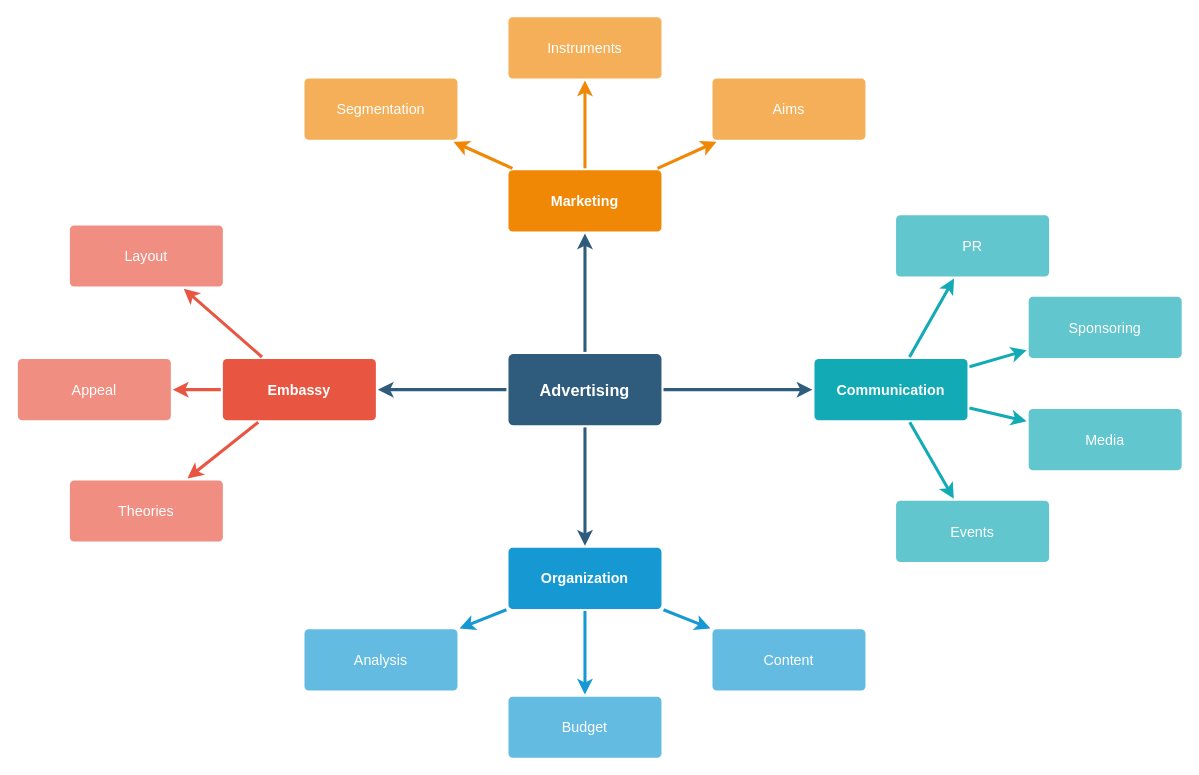
Before: V diagram.drawio in amerezoji1362/drawio-github, a draw.io diagram. Source tidied: cells renumbered, new cells numbered last; positions are measured from the earlier drawing's top-left corner, leaving out a move shared by most shapes. Both pictures are drawn from the tidied source at 102%, with x=0, y=0 at pixel (17, 16).
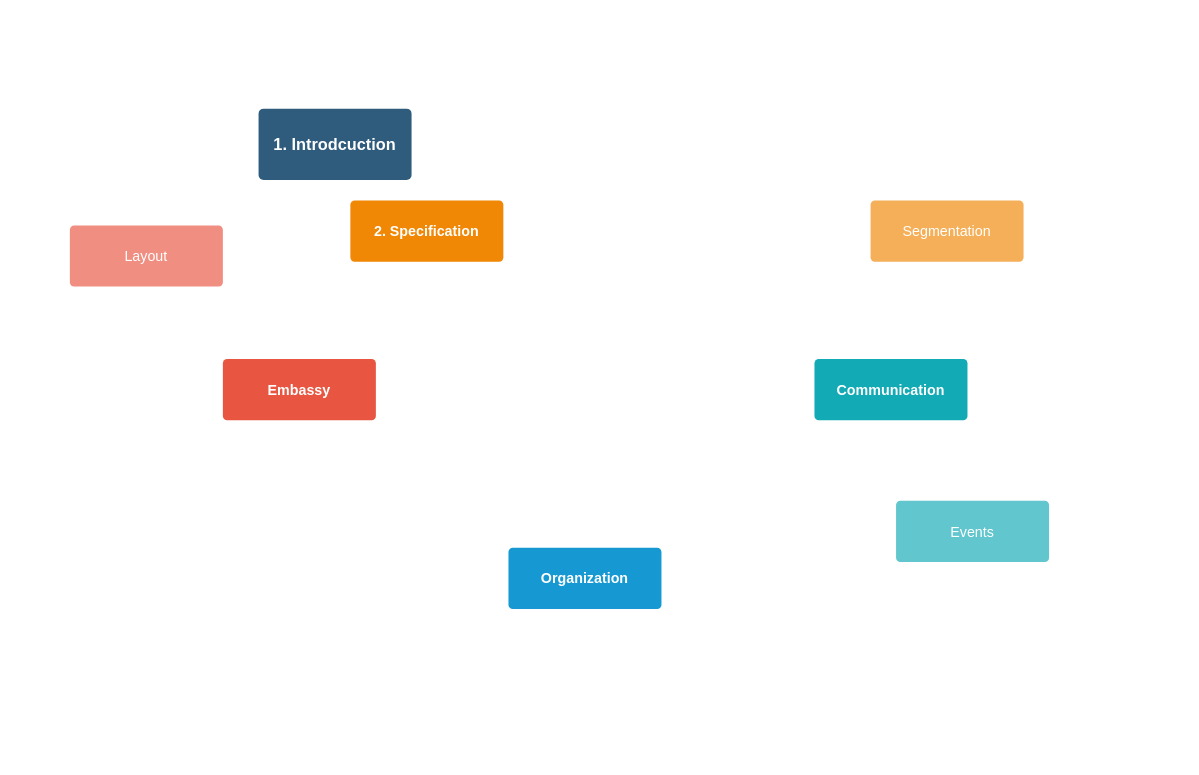
After the change.

The change refers to these unchanged cells:
```xml
<mxCell id="10" value="Embassy" style="rounded=1;whiteSpace=wrap;html=1;shadow=0;labelBackgroundColor=none;strokeColor=none;strokeWidth=3;fillColor=#e85642;fontFamily=Helvetica;fontSize=14;fontColor=#FFFFFF;align=center;spacing=5;fontStyle=1;arcSize=7;perimeterSpacing=2;" parent="1" vertex="1">
  <mxGeometry x="201" y="335.5" width="150" height="60" as="geometry" />
</mxCell>
<mxCell id="13" value="Layout" style="rounded=1;whiteSpace=wrap;html=1;shadow=0;labelBackgroundColor=none;strokeColor=none;strokeWidth=3;fillColor=#f08e81;fontFamily=Helvetica;fontSize=14;fontColor=#FFFFFF;align=center;spacing=5;fontStyle=0;arcSize=7;perimeterSpacing=2;" parent="1" vertex="1">
  <mxGeometry x="51" y="204.5" width="150" height="60" as="geometry" />
</mxCell>
<mxCell id="17" value="Organization" style="rounded=1;whiteSpace=wrap;html=1;shadow=0;labelBackgroundColor=none;strokeColor=none;strokeWidth=3;fillColor=#1699d3;fontFamily=Helvetica;fontSize=14;fontColor=#FFFFFF;align=center;spacing=5;fontStyle=1;arcSize=7;perimeterSpacing=2;" parent="1" vertex="1">
  <mxGeometry x="481" y="520.5" width="150" height="60" as="geometry" />
</mxCell>
<mxCell id="28" value="Communication" style="rounded=1;whiteSpace=wrap;html=1;shadow=0;labelBackgroundColor=none;strokeColor=none;strokeWidth=3;fillColor=#12aab5;fontFamily=Helvetica;fontSize=14;fontColor=#FFFFFF;align=center;spacing=5;fontStyle=1;arcSize=7;perimeterSpacing=2;" parent="1" vertex="1">
  <mxGeometry x="781" y="335.5" width="150" height="60" as="geometry" />
</mxCell>
<mxCell id="29" value="Events" style="rounded=1;whiteSpace=wrap;html=1;shadow=0;labelBackgroundColor=none;strokeColor=none;strokeWidth=3;fillColor=#61c6ce;fontFamily=Helvetica;fontSize=14;fontColor=#FFFFFF;align=center;spacing=5;fontStyle=0;arcSize=7;perimeterSpacing=2;" parent="1" vertex="1">
  <mxGeometry x="861" y="474.5" width="150" height="60" as="geometry" />
</mxCell>
```

The edit, as a diff of the source:
```diff
@@
-    <mxCell id="2" style="edgeStyle=none;rounded=0;jumpStyle=none;html=1;shadow=0;labelBackgroundColor=none;startArrow=none;startFill=0;endArrow=classic;endFill=1;jettySize=auto;strokeColor=#2F5B7C;strokeWidth=3;fontFamily=Helvetica;fontSize=16;fontColor=#23445D;spacing=5;" parent="1" edge="1" source="6" target="21">
-      <mxGeometry relative="1" as="geometry" />
-    </mxCell>
-    <mxCell id="3" style="edgeStyle=none;rounded=0;jumpStyle=none;html=1;shadow=0;labelBackgroundColor=none;startArrow=none;startFill=0;endArrow=classic;endFill=1;jettySize=auto;strokeColor=#2F5B7C;strokeWidth=3;fontFamily=Helvetica;fontSize=16;fontColor=#23445D;spacing=5;" parent="1" edge="1" source="6" target="28">
-      <mxGeometry relative="1" as="geometry" />
-    </mxCell>
-    <mxCell id="4" style="edgeStyle=none;rounded=0;jumpStyle=none;html=1;shadow=0;labelBackgroundColor=none;startArrow=none;startFill=0;endArrow=classic;endFill=1;jettySize=auto;strokeColor=#2F5B7C;strokeWidth=3;fontFamily=Helvetica;fontSize=16;fontColor=#23445D;spacing=5;" parent="1" edge="1" source="6" target="17">
-      <mxGeometry relative="1" as="geometry" />
-    </mxCell>
-    <mxCell id="5" style="edgeStyle=none;rounded=0;jumpStyle=none;html=1;shadow=0;labelBackgroundColor=none;startArrow=none;startFill=0;endArrow=classic;endFill=1;jettySize=auto;strokeColor=#2F5B7C;strokeWidth=3;fontFamily=Helvetica;fontSize=16;fontColor=#23445D;spacing=5;" parent="1" edge="1" source="6" target="10">
-      <mxGeometry relative="1" as="geometry" />
-    </mxCell>
-    <mxCell id="6" value="Advertising" style="rounded=1;whiteSpace=wrap;html=1;shadow=0;labelBackgroundColor=none;strokeColor=none;strokeWidth=3;fillColor=#2F5B7C;fontFamily=Helvetica;fontSize=16;fontColor=#FFFFFF;align=center;fontStyle=1;spacing=5;arcSize=7;perimeterSpacing=2;" parent="1" vertex="1">
-      <mxGeometry x="481" y="330.5" width="150" height="70" as="geometry" />
+    <mxCell id="6" value="1. Introdcuction" style="rounded=1;whiteSpace=wrap;html=1;shadow=0;labelBackgroundColor=none;strokeColor=none;strokeWidth=3;fillColor=#2F5B7C;fontFamily=Helvetica;fontSize=16;fontColor=#FFFFFF;align=center;fontStyle=1;spacing=5;arcSize=7;perimeterSpacing=2;" parent="1" vertex="1">
+      <mxGeometry x="236" y="90" width="150" height="70" as="geometry" />
     </mxCell>
-    <mxCell id="7" style="edgeStyle=none;rounded=1;jumpStyle=none;html=1;shadow=0;labelBackgroundColor=none;startArrow=none;startFill=0;jettySize=auto;strokeColor=#E85642;strokeWidth=3;fontFamily=Helvetica;fontSize=14;fontColor=#FFFFFF;spacing=5;fontStyle=1;fillColor=#b0e3e6;" parent="1" edge="1" source="10" target="13">
-      <mxGeometry relative="1" as="geometry" />
-    </mxCell>
-    <mxCell id="8" style="edgeStyle=none;rounded=1;jumpStyle=none;html=1;shadow=0;labelBackgroundColor=none;startArrow=none;startFill=0;jettySize=auto;strokeColor=#E85642;strokeWidth=3;fontFamily=Helvetica;fontSize=14;fontColor=#FFFFFF;spacing=5;fontStyle=1;fillColor=#b0e3e6;" parent="1" edge="1" source="10" target="12">
-      <mxGeometry relative="1" as="geometry" />
-    </mxCell>
-    <mxCell id="9" style="edgeStyle=none;rounded=1;jumpStyle=none;html=1;shadow=0;labelBackgroundColor=none;startArrow=none;startFill=0;jettySize=auto;strokeColor=#E85642;strokeWidth=3;fontFamily=Helvetica;fontSize=14;fontColor=#FFFFFF;spacing=5;fontStyle=1;fillColor=#b0e3e6;" parent="1" edge="1" source="10" target="11">
-      <mxGeometry relative="1" as="geometry" />
-    </mxCell>
@@
-    <mxCell id="11" value="Theories" style="rounded=1;whiteSpace=wrap;html=1;shadow=0;labelBackgroundColor=none;strokeColor=none;strokeWidth=3;fillColor=#f08e81;fontFamily=Helvetica;fontSize=14;fontColor=#FFFFFF;align=center;spacing=5;fontStyle=0;arcSize=7;perimeterSpacing=2;" parent="1" vertex="1">
-      <mxGeometry x="51" y="454.5" width="150" height="60" as="geometry" />
-    </mxCell>
-    <mxCell id="12" value="Appeal" style="rounded=1;whiteSpace=wrap;html=1;shadow=0;labelBackgroundColor=none;strokeColor=none;strokeWidth=3;fillColor=#f08e81;fontFamily=Helvetica;fontSize=14;fontColor=#FFFFFF;align=center;spacing=5;fontStyle=0;arcSize=7;perimeterSpacing=2;" parent="1" vertex="1">
-      <mxGeometry y="335.5" width="150" height="60" as="geometry" />
-    </mxCell>
@@
-    <mxCell id="14" style="edgeStyle=none;rounded=0;jumpStyle=none;html=1;shadow=0;labelBackgroundColor=none;startArrow=none;startFill=0;endArrow=classic;endFill=1;jettySize=auto;strokeColor=#1699D3;strokeWidth=3;fontFamily=Helvetica;fontSize=14;fontColor=#FFFFFF;spacing=5;" parent="1" edge="1" source="17" target="20">
-      <mxGeometry relative="1" as="geometry" />
-    </mxCell>
-    <mxCell id="15" style="edgeStyle=none;rounded=0;jumpStyle=none;html=1;shadow=0;labelBackgroundColor=none;startArrow=none;startFill=0;endArrow=classic;endFill=1;jettySize=auto;strokeColor=#1699D3;strokeWidth=3;fontFamily=Helvetica;fontSize=14;fontColor=#FFFFFF;spacing=5;" parent="1" edge="1" source="17" target="19">
-      <mxGeometry relative="1" as="geometry" />
-    </mxCell>
-    <mxCell id="16" style="edgeStyle=none;rounded=0;jumpStyle=none;html=1;shadow=0;labelBackgroundColor=none;startArrow=none;startFill=0;endArrow=classic;endFill=1;jettySize=auto;strokeColor=#1699D3;strokeWidth=3;fontFamily=Helvetica;fontSize=14;fontColor=#FFFFFF;spacing=5;" parent="1" edge="1" source="17" target="18">
-      <mxGeometry relative="1" as="geometry" />
-    </mxCell>
@@
-    <mxCell id="18" value="Content" style="rounded=1;whiteSpace=wrap;html=1;shadow=0;labelBackgroundColor=none;strokeColor=none;strokeWidth=3;fillColor=#64bbe2;fontFamily=Helvetica;fontSize=14;fontColor=#FFFFFF;align=center;spacing=5;arcSize=7;perimeterSpacing=2;" parent="1" vertex="1">
-      <mxGeometry x="681" y="600.5" width="150" height="60" as="geometry" />
-    </mxCell>
-    <mxCell id="19" value="Budget" style="rounded=1;whiteSpace=wrap;html=1;shadow=0;labelBackgroundColor=none;strokeColor=none;strokeWidth=3;fillColor=#64bbe2;fontFamily=Helvetica;fontSize=14;fontColor=#FFFFFF;align=center;spacing=5;arcSize=7;perimeterSpacing=2;" parent="1" vertex="1">
-      <mxGeometry x="481" y="666.5" width="150" height="60" as="geometry" />
-    </mxCell>
-    <mxCell id="20" value="Analysis" style="rounded=1;whiteSpace=wrap;html=1;shadow=0;labelBackgroundColor=none;strokeColor=none;strokeWidth=3;fillColor=#64bbe2;fontFamily=Helvetica;fontSize=14;fontColor=#FFFFFF;align=center;spacing=5;arcSize=7;perimeterSpacing=2;" parent="1" vertex="1">
-      <mxGeometry x="281" y="600.5" width="150" height="60" as="geometry" />
-    </mxCell>
-    <mxCell id="21" value="Marketing" style="rounded=1;whiteSpace=wrap;html=1;shadow=0;labelBackgroundColor=none;strokeColor=none;strokeWidth=3;fillColor=#F08705;fontFamily=Helvetica;fontSize=14;fontColor=#FFFFFF;align=center;spacing=5;fontStyle=1;arcSize=7;perimeterSpacing=2;" parent="1" vertex="1">
-      <mxGeometry x="481" y="150.5" width="150" height="60" as="geometry" />
+    <mxCell id="21" value="2. Specification" style="rounded=1;whiteSpace=wrap;html=1;shadow=0;labelBackgroundColor=none;strokeColor=none;strokeWidth=3;fillColor=#F08705;fontFamily=Helvetica;fontSize=14;fontColor=#FFFFFF;align=center;spacing=5;fontStyle=1;arcSize=7;perimeterSpacing=2;" parent="1" vertex="1">
+      <mxGeometry x="326" y="180" width="150" height="60" as="geometry" />
     </mxCell>
-    <mxCell id="22" value="Aims&lt;br&gt;" style="rounded=1;whiteSpace=wrap;html=1;shadow=0;labelBackgroundColor=none;strokeColor=none;strokeWidth=3;fillColor=#f5af58;fontFamily=Helvetica;fontSize=14;fontColor=#FFFFFF;align=center;spacing=5;arcSize=7;perimeterSpacing=2;" parent="1" vertex="1">
-      <mxGeometry x="681" y="60.5" width="150" height="60" as="geometry" />
-    </mxCell>
-    <mxCell id="23" style="edgeStyle=none;rounded=0;jumpStyle=none;html=1;shadow=0;labelBackgroundColor=none;startArrow=none;startFill=0;endArrow=classic;endFill=1;jettySize=auto;strokeColor=#F08705;strokeWidth=3;fontFamily=Helvetica;fontSize=14;fontColor=#FFFFFF;spacing=5;" parent="1" edge="1" source="21" target="22">
-      <mxGeometry relative="1" as="geometry" />
-    </mxCell>
-    <mxCell id="24" value="Instruments" style="rounded=1;whiteSpace=wrap;html=1;shadow=0;labelBackgroundColor=none;strokeColor=none;strokeWidth=3;fillColor=#f5af58;fontFamily=Helvetica;fontSize=14;fontColor=#FFFFFF;align=center;spacing=5;arcSize=7;perimeterSpacing=2;" parent="1" vertex="1">
-      <mxGeometry x="481" y="0.5" width="150" height="60" as="geometry" />
-    </mxCell>
-    <mxCell id="25" style="edgeStyle=none;rounded=0;jumpStyle=none;html=1;shadow=0;labelBackgroundColor=none;startArrow=none;startFill=0;endArrow=classic;endFill=1;jettySize=auto;strokeColor=#F08705;strokeWidth=3;fontFamily=Helvetica;fontSize=14;fontColor=#FFFFFF;spacing=5;" parent="1" edge="1" source="21" target="24">
-      <mxGeometry relative="1" as="geometry" />
-    </mxCell>
     <mxCell id="26" value="Segmentation" style="rounded=1;whiteSpace=wrap;html=1;shadow=0;labelBackgroundColor=none;strokeColor=none;strokeWidth=3;fillColor=#f5af58;fontFamily=Helvetica;fontSize=14;fontColor=#FFFFFF;align=center;spacing=5;arcSize=7;perimeterSpacing=2;" parent="1" vertex="1">
-      <mxGeometry x="281" y="60.5" width="150" height="60" as="geometry" />
+      <mxGeometry x="836" y="180" width="150" height="60" as="geometry" />
     </mxCell>
-    <mxCell id="27" style="edgeStyle=none;rounded=0;jumpStyle=none;html=1;shadow=0;labelBackgroundColor=none;startArrow=none;startFill=0;endArrow=classic;endFill=1;jettySize=auto;strokeColor=#F08705;strokeWidth=3;fontFamily=Helvetica;fontSize=14;fontColor=#FFFFFF;spacing=5;" parent="1" edge="1" source="21" target="26">
-      <mxGeometry relative="1" as="geometry" />
-    </mxCell>
@@
-    <mxCell id="30" style="edgeStyle=none;rounded=1;jumpStyle=none;html=1;shadow=0;labelBackgroundColor=none;startArrow=none;startFill=0;jettySize=auto;strokeColor=#12AAB5;strokeWidth=3;fontFamily=Helvetica;fontSize=14;fontColor=#FFFFFF;spacing=5;fontStyle=1;fillColor=#b0e3e6;" parent="1" edge="1" source="28" target="29">
-      <mxGeometry relative="1" as="geometry" />
-    </mxCell>
-    <mxCell id="31" value="Media" style="rounded=1;whiteSpace=wrap;html=1;shadow=0;labelBackgroundColor=none;strokeColor=none;strokeWidth=3;fillColor=#61c6ce;fontFamily=Helvetica;fontSize=14;fontColor=#FFFFFF;align=center;spacing=5;fontStyle=0;arcSize=7;perimeterSpacing=2;" parent="1" vertex="1">
-      <mxGeometry x="991" y="384.5" width="150" height="60" as="geometry" />
-    </mxCell>
-    <mxCell id="32" style="edgeStyle=none;rounded=1;jumpStyle=none;html=1;shadow=0;labelBackgroundColor=none;startArrow=none;startFill=0;jettySize=auto;strokeColor=#12AAB5;strokeWidth=3;fontFamily=Helvetica;fontSize=14;fontColor=#FFFFFF;spacing=5;fontStyle=1;fillColor=#b0e3e6;" parent="1" edge="1" source="28" target="31">
-      <mxGeometry relative="1" as="geometry" />
-    </mxCell>
-    <mxCell id="33" value="Sponsoring" style="rounded=1;whiteSpace=wrap;html=1;shadow=0;labelBackgroundColor=none;strokeColor=none;strokeWidth=3;fillColor=#61c6ce;fontFamily=Helvetica;fontSize=14;fontColor=#FFFFFF;align=center;spacing=5;fontStyle=0;arcSize=7;perimeterSpacing=2;" parent="1" vertex="1">
-      <mxGeometry x="991" y="274.5" width="150" height="60" as="geometry" />
-    </mxCell>
-    <mxCell id="34" style="edgeStyle=none;rounded=1;jumpStyle=none;html=1;shadow=0;labelBackgroundColor=none;startArrow=none;startFill=0;jettySize=auto;strokeColor=#12AAB5;strokeWidth=3;fontFamily=Helvetica;fontSize=14;fontColor=#FFFFFF;spacing=5;fontStyle=1;fillColor=#b0e3e6;" parent="1" edge="1" source="28" target="33">
-      <mxGeometry relative="1" as="geometry" />
-    </mxCell>
-    <mxCell id="35" value="PR" style="rounded=1;whiteSpace=wrap;html=1;shadow=0;labelBackgroundColor=none;strokeColor=none;strokeWidth=3;fillColor=#61c6ce;fontFamily=Helvetica;fontSize=14;fontColor=#FFFFFF;align=center;spacing=5;fontStyle=0;arcSize=7;perimeterSpacing=2;" parent="1" vertex="1">
-      <mxGeometry x="861" y="194.5" width="150" height="60" as="geometry" />
-    </mxCell>
-    <mxCell id="36" style="edgeStyle=none;rounded=1;jumpStyle=none;html=1;shadow=0;labelBackgroundColor=none;startArrow=none;startFill=0;jettySize=auto;strokeColor=#12AAB5;strokeWidth=3;fontFamily=Helvetica;fontSize=14;fontColor=#FFFFFF;spacing=5;fontStyle=1;fillColor=#b0e3e6;" parent="1" edge="1" source="28" target="35">
-      <mxGeometry relative="1" as="geometry" />
-    </mxCell>
```
